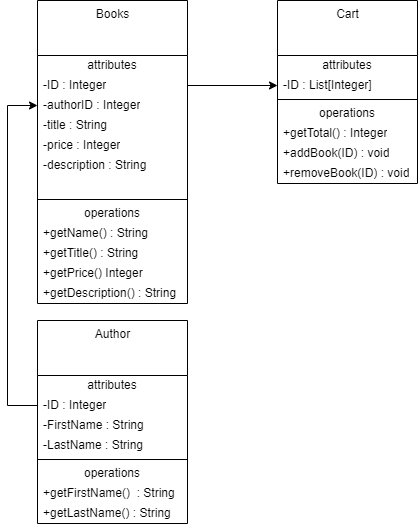
pperorin/CE keeps this draw.io diagram as 3D/Software Studio/Duke's Bookstore.drawio.png. Above is the earlier version. Source tidied: cells renumbered, new cells last; positions are measured from the earlier drawing's top-left corner, leaving out a move shared by most shapes.
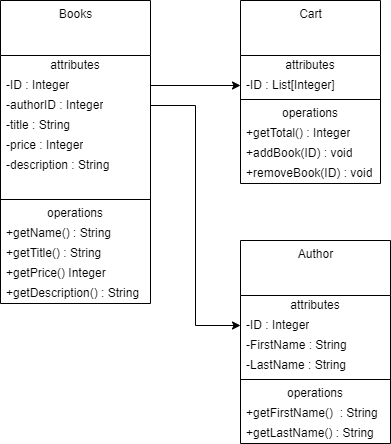
Above is the later version.

The edit, as a diff of the source:
```diff
@@ -69,7 +69,7 @@
       <mxGeometry y="163" width="140" height="20" as="geometry" />
     </mxCell>
     <mxCell id="24" value="Author" style="swimlane;fontStyle=0;align=center;verticalAlign=top;horizontal=1;startSize=55;html=1;" parent="1" vertex="1">
-      <mxGeometry x="30" y="320" width="150" height="203" as="geometry" />
+      <mxGeometry x="270" y="240" width="150" height="203" as="geometry" />
     </mxCell>
     <mxCell id="25" value="attributes" style="text;html=1;strokeColor=none;fillColor=none;align=center;verticalAlign=middle;spacingLeft=4;spacingRight=4;overflow=hidden;" parent="24" vertex="1">
       <mxGeometry y="55" width="150" height="20" as="geometry" />
@@ -98,13 +98,8 @@
     <mxCell id="33" style="edgeStyle=orthogonalEdgeStyle;rounded=0;jettySize=auto;html=1;exitX=1;exitY=0.5;exitDx=0;exitDy=0;entryX=0;entryY=0.5;entryDx=0;entryDy=0;" parent="1" edge="1" source="4" target="18">
       <mxGeometry relative="1" as="geometry" />
     </mxCell>
-    <mxCell id="34" style="edgeStyle=orthogonalEdgeStyle;rounded=0;jettySize=auto;html=1;exitX=0;exitY=0.5;exitDx=0;exitDy=0;entryX=0;entryY=0.5;entryDx=0;entryDy=0;" parent="1" edge="1" source="26" target="5">
-      <mxGeometry relative="1" as="geometry">
-        <Array as="points">
-          <mxPoint y="405" />
-          <mxPoint y="105" />
-        </Array>
-      </mxGeometry>
-    </mxCell>
+    <mxCell id="35" style="edgeStyle=orthogonalEdgeStyle;rounded=0;jettySize=auto;html=1;exitX=1;exitY=0.5;exitDx=0;exitDy=0;entryX=0;entryY=0.5;entryDx=0;entryDy=0;" parent="1" edge="1" source="5" target="26">
+      <mxGeometry relative="1" as="geometry" />
+    </mxCell>
   </root>
 </mxGraphModel>
```
